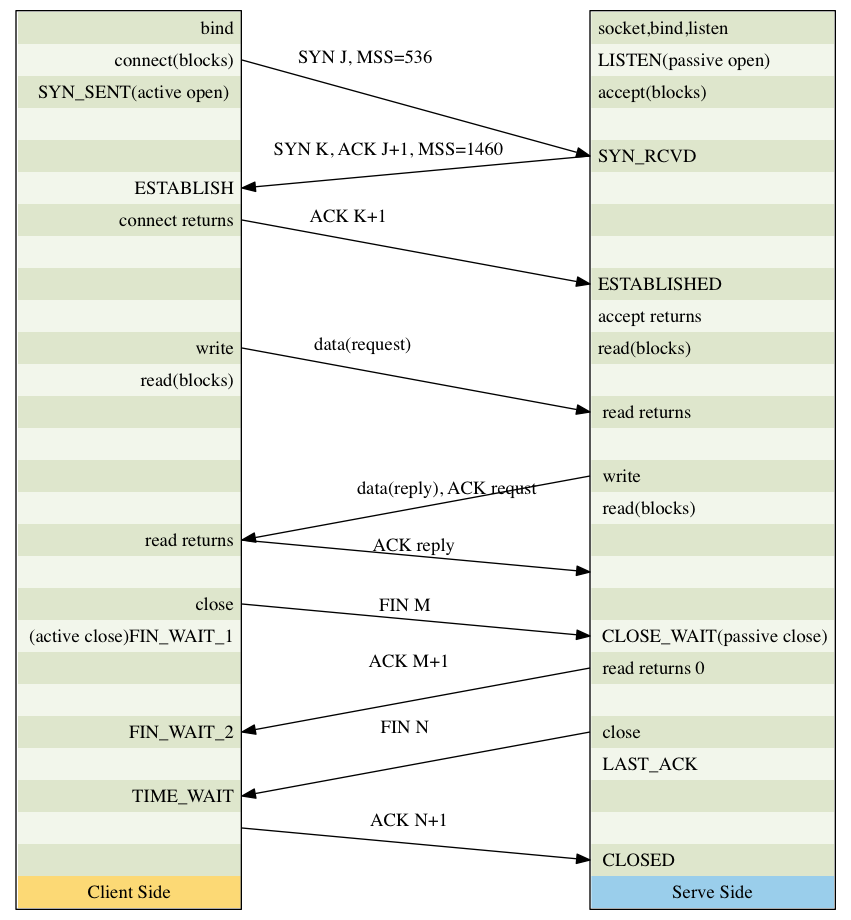
Above: notes/network/three-four-way.png in harrifeng/org_dot (Graphviz), before the change. Its source is kept beside it as notes/network/three-four-way.dot. The source it was exported from:
```dot
digraph structs {
    splines=false;
    node[shape="plaintext"];

    struct_c[label=<
             <table border="1" cellborder="0" cellspacing="0" cellpadding="5" >
             <tr><td port="f0000" bgcolor="#DEE6CC" align="right">bind</td></tr>
             <tr><td port="f0001" bgcolor="#F2F6EB" align="right">connect(blocks)</td></tr>
             <tr><td port="f0000" bgcolor="#DEE6CC" align="right">SYN_SENT(active open) </td></tr>
             <tr><td port="f0000" bgcolor="#F2F6EB" align="right"> </td></tr>
             <tr><td port="f0000" bgcolor="#DEE6CC" align="right"> </td></tr>
             <tr><td port="f0002" bgcolor="#F2F6EB" align="right"> ESTABLISH</td></tr>
             <tr><td port="f0003" bgcolor="#DEE6CC" align="right"> connect returns</td></tr>
             <tr><td port="f0000" bgcolor="#F2F6EB" align="right"> </td></tr>
             <tr><td port="f0000" bgcolor="#DEE6CC" align="right"> </td></tr>
             <tr><td port="f0000" bgcolor="#F2F6EB" align="right"> </td></tr>
             <tr><td port="f0004" bgcolor="#DEE6CC" align="right"> write</td></tr>
             <tr><td port="f0000" bgcolor="#F2F6EB" align="right"> read(blocks)</td></tr>
             <tr><td port="f0000" bgcolor="#DEE6CC" align="right"> </td></tr>
             <tr><td port="f0000" bgcolor="#F2F6EB" align="right"> </td></tr>
             <tr><td port="f0000" bgcolor="#DEE6CC" align="right"> </td></tr>
             <tr><td port="f0000" bgcolor="#F2F6EB" align="right"> </td></tr>
             <tr><td port="f0005" bgcolor="#DEE6CC" align="right"> read returns</td></tr>
             <tr><td port="f0000" bgcolor="#F2F6EB" align="right"> </td></tr>
             <tr><td port="f0006" bgcolor="#DEE6CC" align="right"> close</td></tr>
             <tr><td port="f0000" bgcolor="#F2F6EB" align="right"> (active close)FIN_WAIT_1</td></tr>
             <tr><td port="f0000" bgcolor="#DEE6CC" align="right"> </td></tr>
             <tr><td port="f0000" bgcolor="#F2F6EB" align="right"> </td></tr>
             <tr><td port="f0007" bgcolor="#DEE6CC" align="right"> FIN_WAIT_2</td></tr>
             <tr><td port="f0000" bgcolor="#F2F6EB" align="right"> </td></tr>
             <tr><td port="f0008" bgcolor="#DEE6CC" align="right"> TIME_WAIT</td></tr>
             <tr><td port="f0009" bgcolor="#F2F6EB" align="right"> </td></tr>
             <tr><td port="f0000" bgcolor="#DEE6CC" align="right"> </td></tr>
             <tr><td port="f0000" bgcolor="#FCD975" > Client Side </td></tr>
             </table>
             >];

     struct_s[label=<
             <table border="1" cellborder="0" cellspacing="0" cellpadding="5" >
             <tr><td port="f0000" bgcolor="#DEE6CC" align="left">socket,bind,listen</td></tr>
             <tr><td port="f0000" bgcolor="#F2F6EB" align="left">LISTEN(passive open)</td></tr>
             <tr><td port="f0000" bgcolor="#DEE6CC" align="left">accept(blocks)</td></tr>
             <tr><td port="f0000" bgcolor="#F2F6EB" align="left"> </td></tr>
             <tr><td port="f0001" bgcolor="#DEE6CC" align="left">SYN_RCVD </td></tr>
             <tr><td port="f0000" bgcolor="#F2F6EB" align="left"> </td></tr>
             <tr><td port="f0000" bgcolor="#DEE6CC" align="left"> </td></tr>
             <tr><td port="f0000" bgcolor="#F2F6EB" align="left"> </td></tr>
             <tr><td port="f0002" bgcolor="#DEE6CC" align="left">ESTABLISHED</td></tr>
             <tr><td port="f0000" bgcolor="#F2F6EB" align="left">accept returns</td></tr>
             <tr><td port="f0000" bgcolor="#DEE6CC" align="left">read(blocks)</td></tr>
             <tr><td port="f0000" bgcolor="#F2F6EB" align="left"> </td></tr>
             <tr><td port="f0003" bgcolor="#DEE6CC" align="left"> read returns</td></tr>
             <tr><td port="f0000" bgcolor="#F2F6EB" align="left"> </td></tr>
             <tr><td port="f0004" bgcolor="#DEE6CC" align="left"> write</td></tr>
             <tr><td port="f0000" bgcolor="#F2F6EB" align="left"> read(blocks)</td></tr>
             <tr><td port="f0000" bgcolor="#DEE6CC" align="left"> </td></tr>
             <tr><td port="f0005" bgcolor="#F2F6EB" align="left"> </td></tr>
             <tr><td port="f0000" bgcolor="#DEE6CC" align="left"> </td></tr>
             <tr><td port="f0006" bgcolor="#F2F6EB" align="left"> CLOSE_WAIT(passive close)</td></tr>
             <tr><td port="f0007" bgcolor="#DEE6CC" align="left"> read returns 0</td></tr>
             <tr><td port="f0000" bgcolor="#F2F6EB" align="left"> </td></tr>
             <tr><td port="f0008" bgcolor="#DEE6CC" align="left"> close</td></tr>
             <tr><td port="f0000" bgcolor="#F2F6EB" align="left"> LAST_ACK</td></tr>
             <tr><td port="f0000" bgcolor="#DEE6CC" align="left"> </td></tr>
             <tr><td port="f0000" bgcolor="#F2F6EB" align="left"> </td></tr>
             <tr><td port="f0009" bgcolor="#DEE6CC" align="left"> CLOSED</td></tr>
             <tr><td port="f0000" bgcolor="#9ACEEB" > Serve Side </td></tr>
             </table>
             >];
    struct_c:f0001 -> struct_s:f0001[label="  SYN J, MSS=536                        "];
    struct_s:f0001 -> struct_c:f0002[label="  SYN K, ACK J+1, MSS=1460              "];
    struct_c:f0003 -> struct_s:f0002[label="  ACK K+1                               "];
    struct_c:f0004 -> struct_s:f0003[label="  data(request)                         "];
    struct_s:f0004 -> struct_c:f0005[label="               data(reply), ACK requst  "];
    struct_c:f0005 -> struct_s:f0005[label="               ACK reply                "];
    struct_c:f0006 -> struct_s:f0006[label="               FIN M                    "];
    struct_s:f0007 -> struct_c:f0007[label="               ACK M+1                  "];
    struct_s:f0008 -> struct_c:f0008[label="               FIN N                    "];
    struct_c:f0009 -> struct_s:f0009[label="               ACK N+1                  "];


    {rank=same struct_c struct_s}
}
```
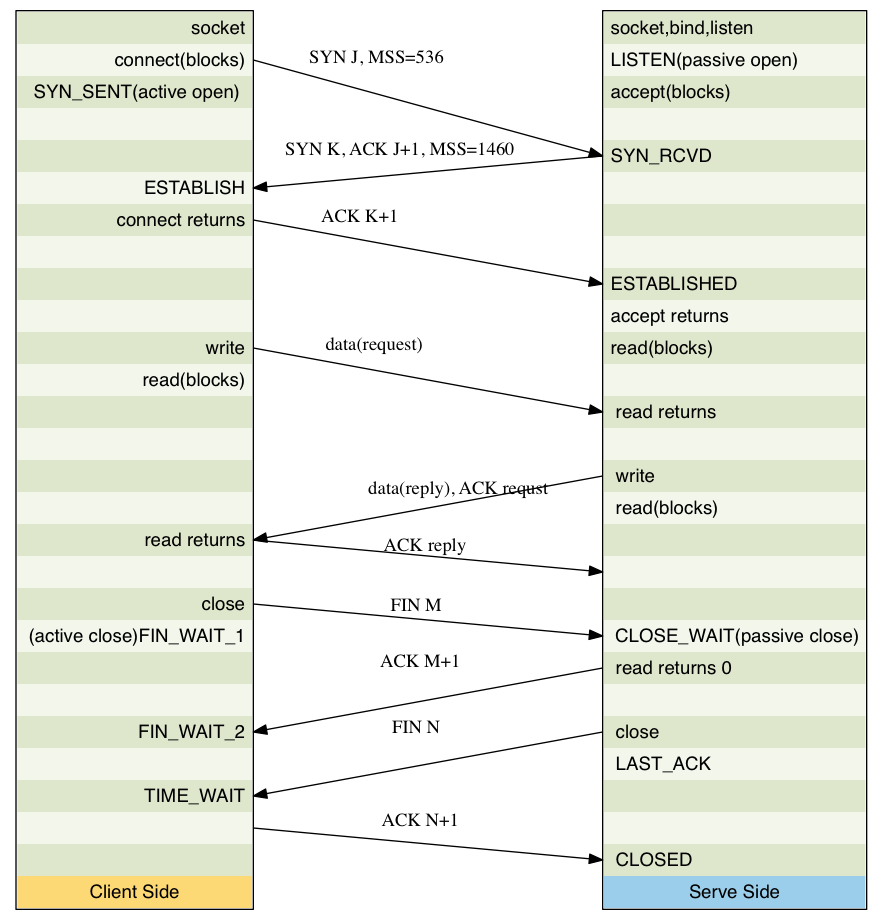
After the commit.

Commit message:
client should not use bind

Diff of the diagram source:
```diff
@@ -1,10 +1,10 @@
 digraph structs {
     splines=false;
-    node[shape="plaintext"];
+    node[shape="plaintext", fontname="Consolas,Monaco"];
 
     struct_c[label=<
              <table border="1" cellborder="0" cellspacing="0" cellpadding="5" >
-             <tr><td port="f0000" bgcolor="#DEE6CC" align="right">bind</td></tr>
+             <tr><td port="f0000" bgcolor="#DEE6CC" align="right">socket</td></tr>
              <tr><td port="f0001" bgcolor="#F2F6EB" align="right">connect(blocks)</td></tr>
              <tr><td port="f0000" bgcolor="#DEE6CC" align="right">SYN_SENT(active open) </td></tr>
              <tr><td port="f0000" bgcolor="#F2F6EB" align="right"> </td></tr>
```
